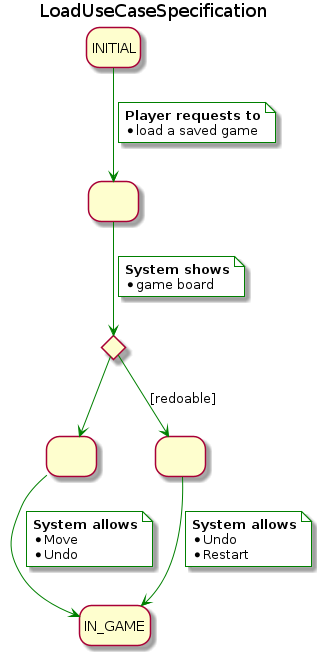
Before: docs/output/use-cases/specification/LoadUseCaseSpecification.png, a diagram exported from PlantUML (Master-Desarrollo-20-21/patrones-diseno---practica-final---juego-de-las-damas-fraylopez). Its diagram source:
```plantuml
@startuml LoadUseCaseSpecification
title LoadUseCaseSpecification
skinparam NoteBackgroundColor white
hide empty description

state savedGameList as " "
state idFinished <<choice>>
state redoable as " "
state finished as " "



INITIAL -[#green]-> savedGameList
note on link #white
  <b>Player requests to
  * load a saved game
end note
savedGameList -[#green]-> idFinished
note on link #white
  <b>System shows
  * game board
end note

idFinished -[#green]-> redoable
idFinished -[#green]-> finished  : [redoable]


redoable -[#green]-> IN_GAME
note on link
  <b>System allows
  * Move
  * Undo
end note

finished -[#green]-> IN_GAME
note on link
  <b>System allows
  * Undo
  * Restart
end note


@enduml
```
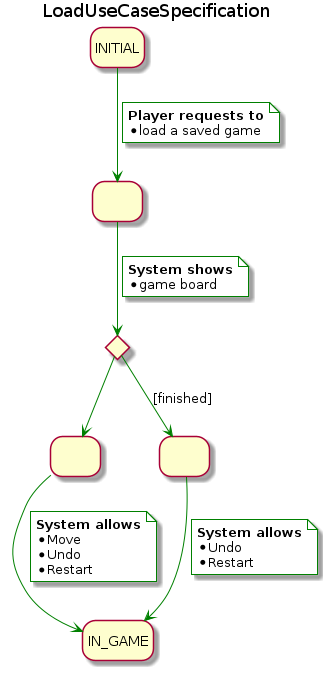
Above is the later version.

Commit message:
load use case

Change to the diagram source:
```diff
@@ -1,11 +1,12 @@
 @startuml LoadUseCaseSpecification
 title LoadUseCaseSpecification
+
 skinparam NoteBackgroundColor white
 hide empty description
 
 state savedGameList as " "
 state idFinished <<choice>>
-state redoable as " "
+state continue as " "
 state finished as " "
 
 
@@ -21,15 +22,16 @@
   * game board
 end note
 
-idFinished -[#green]-> redoable
-idFinished -[#green]-> finished  : [redoable]
+idFinished -[#green]-> continue
+idFinished -[#green]-> finished  : [finished]
 
 
-redoable -[#green]-> IN_GAME
+continue -[#green]-> IN_GAME
 note on link
   <b>System allows
   * Move
   * Undo
+  * Restart
 end note
 
 finished -[#green]-> IN_GAME
```
